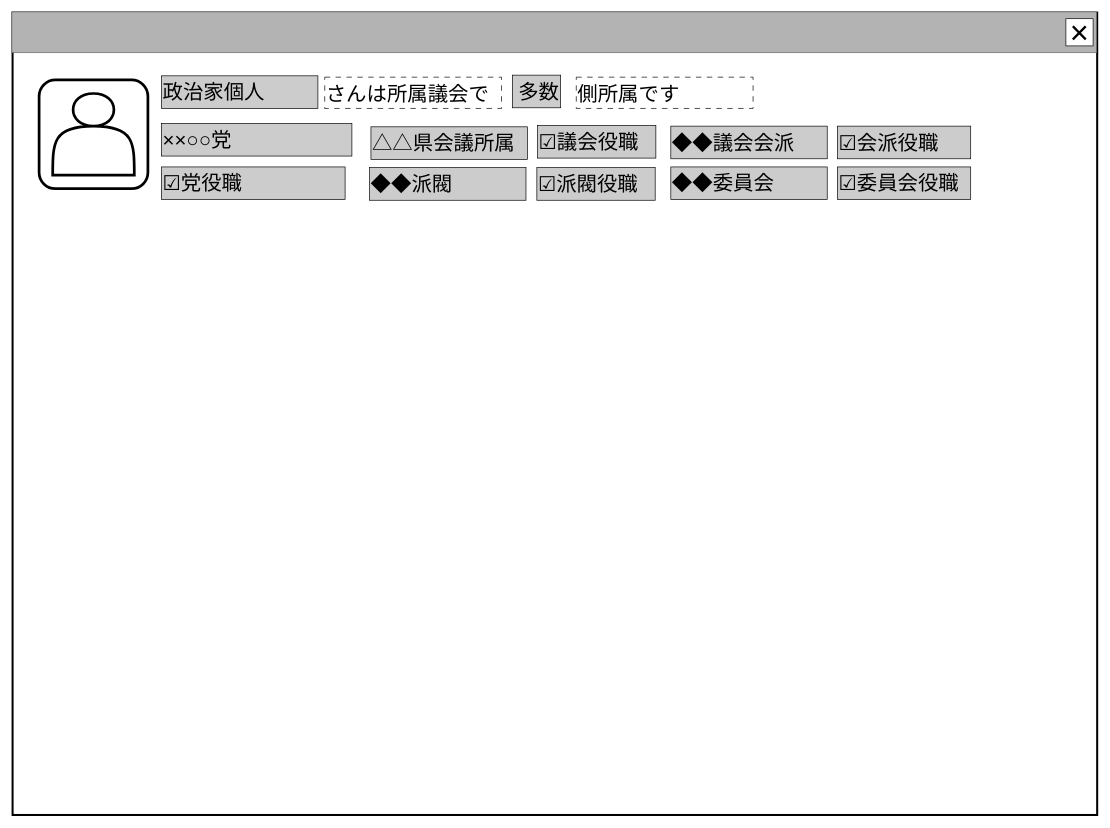
Before: docs/common/front/view_politician/image/政治家表示.drawio in chiwa2023/investigate-politician-balance-report, a draw.io diagram. Source tidied: cells renumbered, new cells numbered last; positions are measured from the earlier drawing's top-left corner, leaving out a move shared by most shapes. Both pictures are drawn from the tidied source at 68%, with x=0, y=0 at pixel (12, 12).
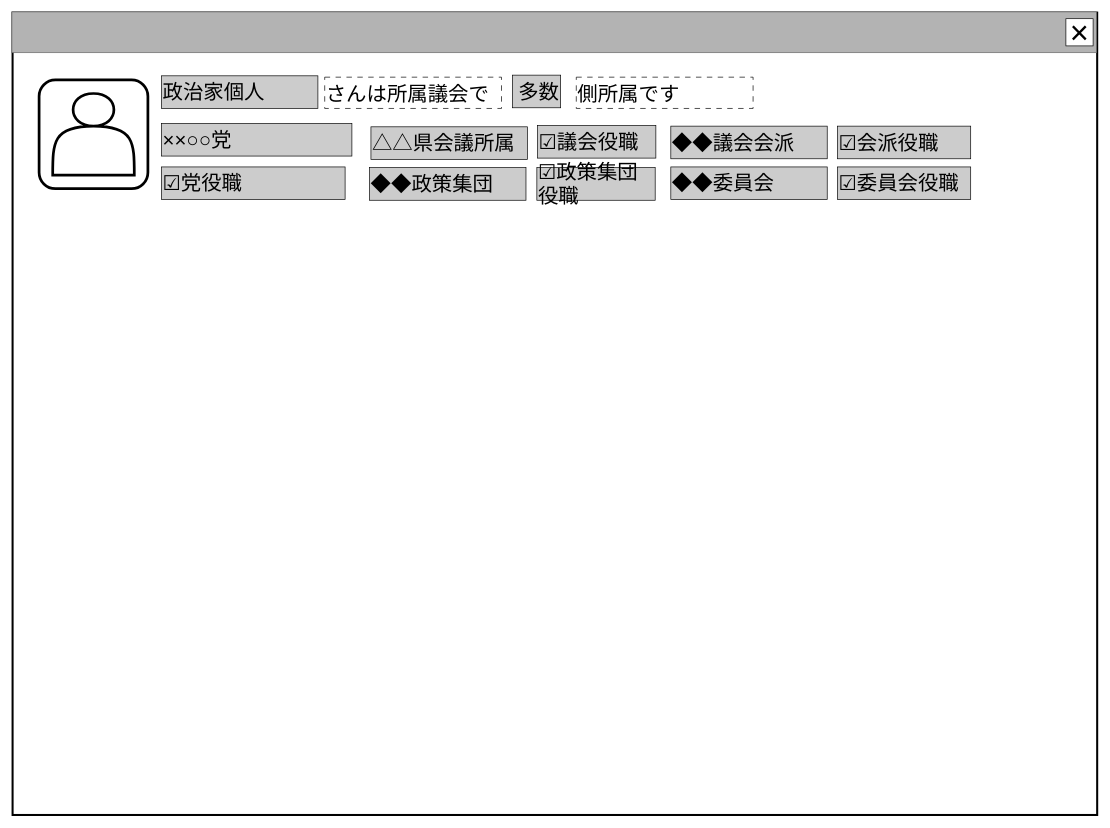
The same diagram, later.

What changed in the source:
```diff
@@
-    <mxCell id="17" value="&lt;span style=&quot;font-size: 30px;&quot;&gt;◆◆派閥&lt;/span&gt;" style="rounded=0;whiteSpace=wrap;html=1;align=left;fillColor=#CCCCCC;" parent="5" vertex="1">
+    <mxCell id="17" value="&lt;span style=&quot;font-size: 30px;&quot;&gt;◆◆政策集団&lt;/span&gt;" style="rounded=0;whiteSpace=wrap;html=1;align=left;fillColor=#CCCCCC;" parent="5" vertex="1">
       <mxGeometry x="526" y="229" width="230" height="48" as="geometry" />
     </mxCell>
-    <mxCell id="18" value="&lt;div style=&quot;&quot;&gt;&lt;span style=&quot;font-size: 30px;&quot;&gt;☑派閥役職&lt;/span&gt;&lt;/div&gt;" style="rounded=0;whiteSpace=wrap;html=1;align=left;fillColor=#CCCCCC;" parent="5" vertex="1">
+    <mxCell id="18" value="&lt;div style=&quot;&quot;&gt;&lt;span style=&quot;font-size: 30px;&quot;&gt;☑政策集団役職&lt;/span&gt;&lt;/div&gt;" style="rounded=0;whiteSpace=wrap;html=1;align=left;fillColor=#CCCCCC;" parent="5" vertex="1">
       <mxGeometry x="772" y="229" width="174" height="48" as="geometry" />
     </mxCell>
```
